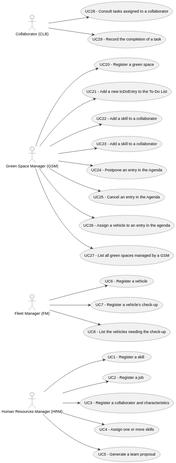
Earlier version of the PlantUML export docs/sprintC/global-artifacts/01.requirements-engineering/svg/use-case-diagram.svg (RicardoMorim/lapr2-ISEP-Project).
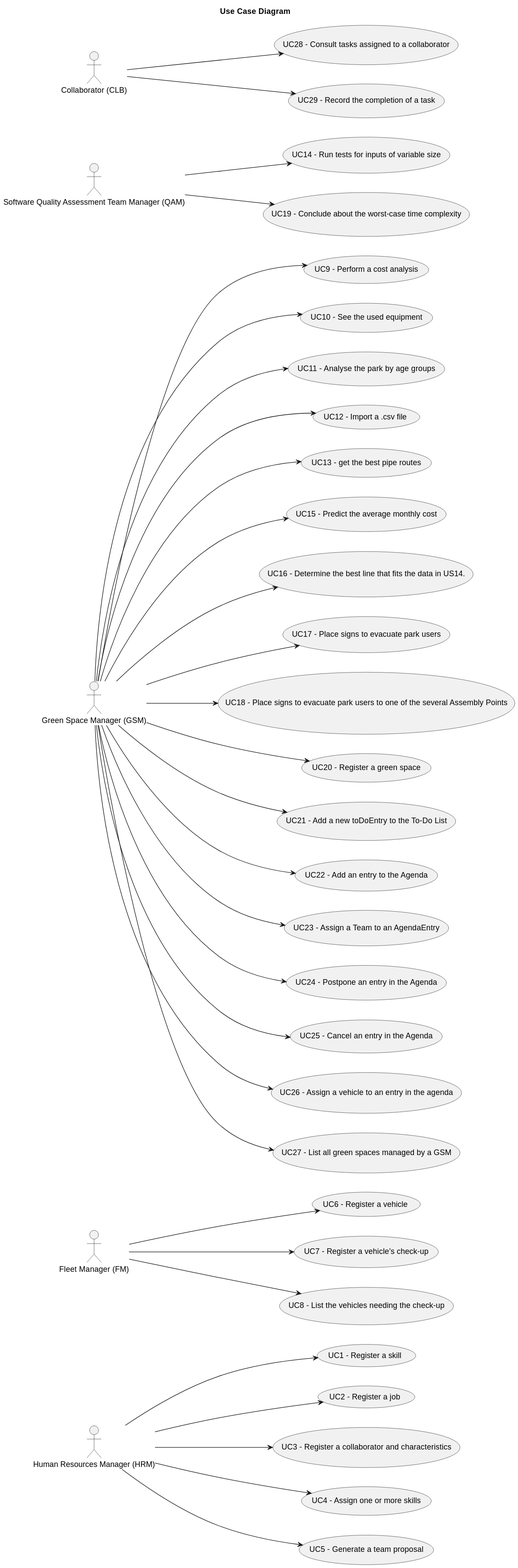
After the change.

What changed in the source:
```diff
@@ -1,10 +1,18 @@
 @startuml
+skinparam monochrome true
 skinparam packageStyle rectangle
+skinparam shadowing false
+
+title Use Case Diagram
+
 left to right direction
+
     actor "Human Resources Manager (HRM)" as HRM
     actor "Fleet Manager (FM)" as FM
     actor "Green Space Manager (GSM)" as GSM
+    actor "Software Quality Assessment Team Manager (QAM)" as QAM
     actor "Collaborator (CLB)" as CLB
+
 
 
     usecase "UC1 - Register a skill" as UC1
@@ -15,10 +23,21 @@
     usecase "UC6 - Register a vehicle" as UC6
     usecase "UC7 - Register a vehicle’s check-up" as UC7
     usecase "UC8 - List the vehicles needing the check-up" as UC8
+    usecase "UC9 - Perform a cost analysis" as UC9
+    usecase "UC10 - See the used equipment" as UC10
+    usecase "UC11 - Analyse the park by age groups" as UC11
+    usecase "UC12 - Import a .csv file" as UC12
+    usecase "UC13 - get the best pipe routes" as UC13
+    usecase "UC14 - Run tests for inputs of variable size" as UC14
+    usecase "UC15 - Predict the average monthly cost" as UC15
+    usecase "UC16 - Determine the best line that fits the data in US14." as UC16
+    usecase "UC17 - Place signs to evacuate park users" as UC17
+    usecase "UC18 - Place signs to evacuate park users to one of the several Assembly Points" as UC18
+    usecase "UC19 - Conclude about the worst-case time complexity" as UC19
     usecase "UC20 - Register a green space" as UC20
     usecase "UC21 - Add a new toDoEntry to the To-Do List" as UC21
-    usecase "UC22 - Add a skill to a collaborator" as UC22
-    usecase "UC23 - Add a skill to a collaborator" as UC23
+    usecase "UC22 - Add an entry to the Agenda" as UC22
+    usecase "UC23 - Assign a Team to an AgendaEntry" as UC23
     usecase "UC24 - Postpone an entry in the Agenda" as UC24
     usecase "UC25 - Cancel an entry in the Agenda" as UC25
     usecase "UC26 - Assign a vehicle to an entry in the agenda" as UC26
@@ -30,9 +49,20 @@
     HRM --> UC3
     HRM --> UC4
     HRM --> UC5
+
     FM --> UC6
     FM --> UC7
     FM --> UC8
+
+    GSM --> UC9
+    GSM --> UC10
+    GSM --> UC11
+    GSM --> UC12
+    GSM --> UC13
+    GSM --> UC15
+    GSM --> UC16
+    GSM --> UC17
+    GSM --> UC18
     GSM --> UC20
     GSM --> UC21
     GSM --> UC22
@@ -41,6 +71,10 @@
     GSM --> UC25
     GSM --> UC26
     GSM --> UC27
+
+    QAM --> UC14
+    QAM --> UC19
+
     CLB --> UC28
     CLB --> UC29
 @enduml
```
